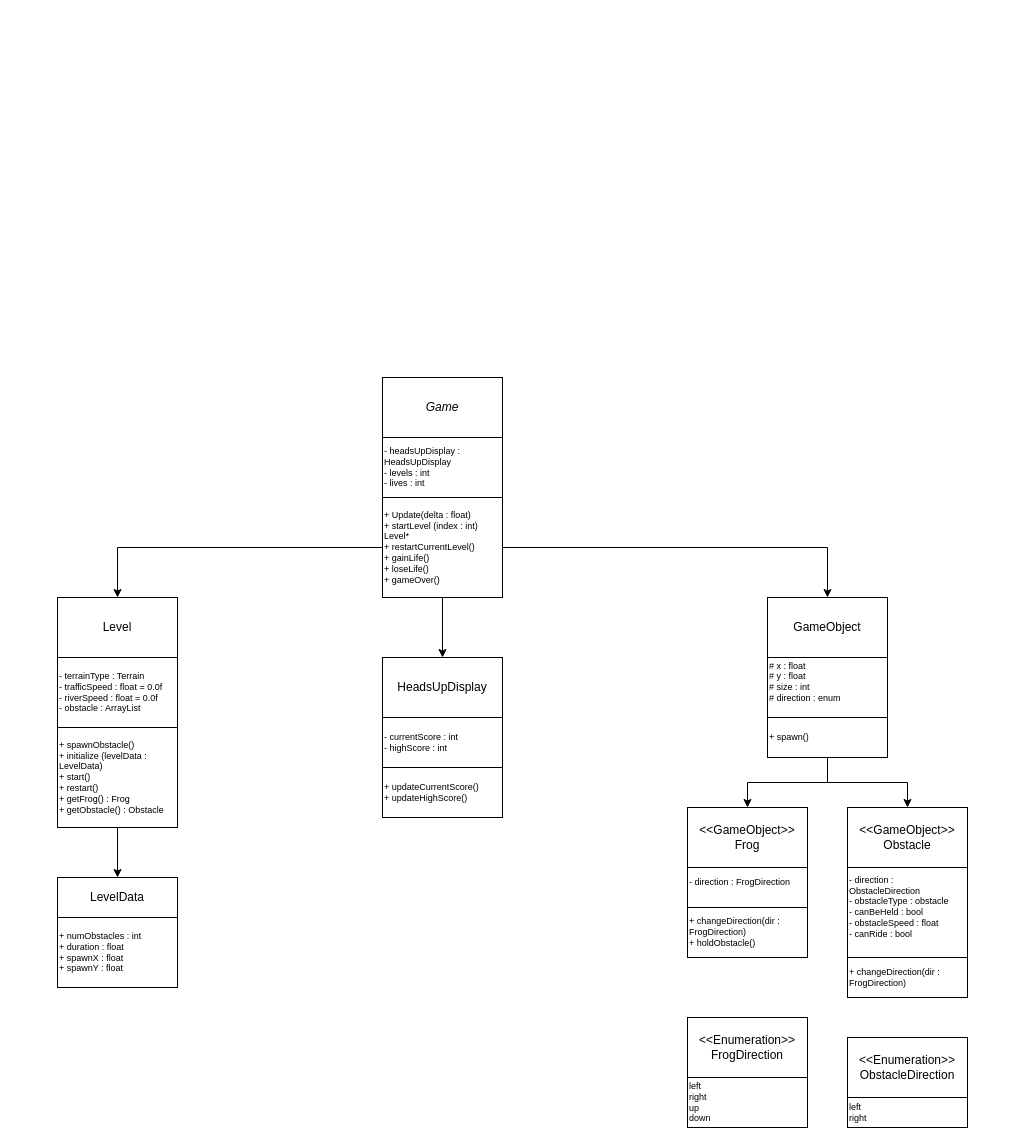
Above: GAM1516_A1_ANGLIN_TRISTAN.drawio in kranouz/UMLs (draw.io), before the change. Source tidied: cells renumbered, new cells numbered last; positions are measured from the earlier drawing's top-left corner, leaving out a move shared by most shapes. Both pictures are drawn from the tidied source at 100%, with x=0, y=0 at pixel (57, 377).
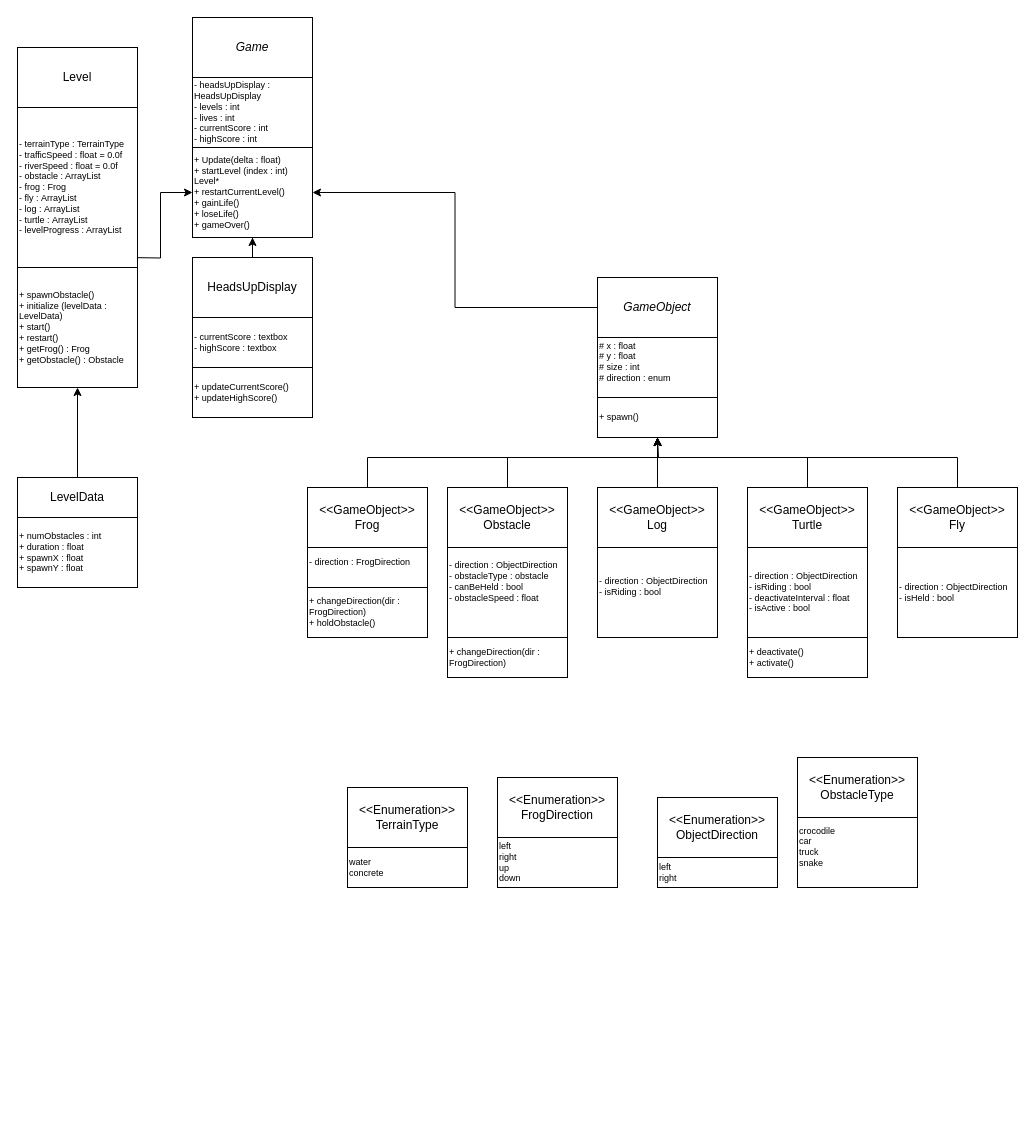
Above is the later version.

What changed in the source:
```diff
@@
     <mxCell id="2" value="&lt;i&gt;Game&lt;/i&gt;" style="rounded=0;whiteSpace=wrap;html=1;" parent="1" vertex="1">
-      <mxGeometry x="325" width="120" height="60" as="geometry" />
+      <mxGeometry x="135" y="-360" width="120" height="60" as="geometry" />
     </mxCell>
+    <mxCell id="32" style="edgeStyle=orthogonalEdgeStyle;rounded=0;jettySize=auto;html=1;entryX=0;entryY=0.5;entryDx=0;entryDy=0;" parent="1" edge="1" target="13">
+      <mxGeometry relative="1" as="geometry">
+        <mxPoint x="70" y="-120" as="sourcePoint" />
+      </mxGeometry>
+    </mxCell>
     <mxCell id="3" value="Level" style="rounded=0;whiteSpace=wrap;html=1;" parent="1" vertex="1">
-      <mxGeometry y="220" width="120" height="60" as="geometry" />
+      <mxGeometry x="-40" y="-330" width="120" height="60" as="geometry" />
     </mxCell>
+    <mxCell id="33" style="edgeStyle=orthogonalEdgeStyle;rounded=0;jettySize=auto;html=1;entryX=0.5;entryY=1;entryDx=0;entryDy=0;" parent="1" edge="1" source="4" target="27">
+      <mxGeometry relative="1" as="geometry">
+        <Array as="points">
+          <mxPoint x="310" y="80" />
+          <mxPoint x="600" y="80" />
+        </Array>
+      </mxGeometry>
+    </mxCell>
     <mxCell id="4" value="&lt;div&gt;&amp;lt;&amp;lt;GameObject&amp;gt;&amp;gt;&lt;/div&gt;Frog" style="rounded=0;whiteSpace=wrap;html=1;" parent="1" vertex="1">
-      <mxGeometry x="630" y="430" width="120" height="60" as="geometry" />
+      <mxGeometry x="250" y="110" width="120" height="60" as="geometry" />
     </mxCell>
+    <mxCell id="34" style="edgeStyle=orthogonalEdgeStyle;rounded=0;jettySize=auto;html=1;entryX=0.5;entryY=1;entryDx=0;entryDy=0;" parent="1" edge="1" source="5" target="13">
+      <mxGeometry relative="1" as="geometry" />
+    </mxCell>
     <mxCell id="5" value="HeadsUpDisplay" style="rounded=0;whiteSpace=wrap;html=1;" parent="1" vertex="1">
-      <mxGeometry x="325" y="280" width="120" height="60" as="geometry" />
+      <mxGeometry x="135" y="-120" width="120" height="60" as="geometry" />
     </mxCell>
-    <mxCell id="6" value="- headsUpDisplay : HeadsUpDisplay&lt;div style=&quot;font-size: 9px;&quot;&gt;- levels : int&lt;/div&gt;&lt;div style=&quot;font-size: 9px;&quot;&gt;- lives : int&lt;/div&gt;" style="whiteSpace=wrap;html=1;align=left;fontSize=9;" parent="1" vertex="1">
-      <mxGeometry x="325" y="60" width="120" height="60" as="geometry" />
+    <mxCell id="6" value="- headsUpDisplay : HeadsUpDisplay&lt;div style=&quot;font-size: 9px;&quot;&gt;- levels : int&lt;/div&gt;&lt;div style=&quot;font-size: 9px;&quot;&gt;- lives : int&lt;/div&gt;&lt;div style=&quot;font-size: 9px;&quot;&gt;- currentScore : int&lt;div&gt;- highScore : int&lt;/div&gt;&lt;/div&gt;" style="whiteSpace=wrap;html=1;align=left;fontSize=9;" parent="1" vertex="1">
+      <mxGeometry x="135" y="-300" width="120" height="70" as="geometry" />
     </mxCell>
-    <mxCell id="7" value="- terrainType : Terrain&lt;div style=&quot;font-size: 9px;&quot;&gt;- trafficSpeed : float = 0.0f&lt;/div&gt;&lt;div style=&quot;font-size: 9px;&quot;&gt;- riverSpeed : float = 0.0f&lt;/div&gt;&lt;div style=&quot;font-size: 9px;&quot;&gt;- obstacle : ArrayList&lt;/div&gt;" style="whiteSpace=wrap;html=1;align=left;fontSize=9;" parent="1" vertex="1">
-      <mxGeometry y="280" width="120" height="70" as="geometry" />
+    <mxCell id="7" value="- terrainType :&amp;nbsp;&lt;span style=&quot;text-align: center;&quot;&gt;&lt;font style=&quot;font-size: 9px;&quot;&gt;TerrainType&lt;/font&gt;&lt;/span&gt;&lt;div style=&quot;font-size: 9px;&quot;&gt;- trafficSpeed : float = 0.0f&lt;/div&gt;&lt;div style=&quot;font-size: 9px;&quot;&gt;- riverSpeed : float = 0.0f&lt;/div&gt;&lt;div style=&quot;font-size: 9px;&quot;&gt;- obstacle : ArrayList&lt;/div&gt;&lt;div style=&quot;font-size: 9px;&quot;&gt;- frog : Frog&lt;/div&gt;&lt;div style=&quot;font-size: 9px;&quot;&gt;- fly :&amp;nbsp;&lt;span style=&quot;background-color: initial;&quot;&gt;ArrayList&lt;/span&gt;&lt;/div&gt;&lt;div style=&quot;font-size: 9px;&quot;&gt;- log :&amp;nbsp;&lt;span style=&quot;background-color: initial;&quot;&gt;ArrayList&lt;/span&gt;&lt;/div&gt;&lt;div style=&quot;font-size: 9px;&quot;&gt;- turtle :&amp;nbsp;&lt;span style=&quot;background-color: initial;&quot;&gt;ArrayList&lt;/span&gt;&lt;/div&gt;&lt;div style=&quot;font-size: 9px;&quot;&gt;- levelProgress : ArrayList&lt;/div&gt;" style="whiteSpace=wrap;html=1;align=left;fontSize=9;" parent="1" vertex="1">
+      <mxGeometry x="-40" y="-270" width="120" height="160" as="geometry" />
     </mxCell>
     <mxCell id="8" value="- direction : FrogDirection&lt;div&gt;&lt;br&gt;&lt;/div&gt;" style="whiteSpace=wrap;html=1;align=left;fontSize=9;" parent="1" vertex="1">
-      <mxGeometry x="630" y="490" width="120" height="40" as="geometry" />
+      <mxGeometry x="250" y="170" width="120" height="40" as="geometry" />
     </mxCell>
-    <mxCell id="9" value="- currentScore : int&lt;div style=&quot;font-size: 9px;&quot;&gt;- highScore : int&lt;/div&gt;" style="whiteSpace=wrap;html=1;align=left;fontSize=9;" parent="1" vertex="1">
-      <mxGeometry x="325" y="340" width="120" height="50" as="geometry" />
+    <mxCell id="9" value="- currentScore : textbox&lt;div style=&quot;font-size: 9px;&quot;&gt;- highScore : textbox&lt;/div&gt;" style="whiteSpace=wrap;html=1;align=left;fontSize=9;" parent="1" vertex="1">
+      <mxGeometry x="135" y="-60" width="120" height="50" as="geometry" />
     </mxCell>
-    <mxCell id="10" style="edgeStyle=orthogonalEdgeStyle;rounded=0;jettySize=auto;html=1;entryX=0.5;entryY=0;entryDx=0;entryDy=0;" parent="1" edge="1" source="13" target="3">
-      <mxGeometry relative="1" as="geometry" />
-    </mxCell>
-    <mxCell id="11" style="edgeStyle=orthogonalEdgeStyle;rounded=0;jettySize=auto;html=1;entryX=0.5;entryY=0;entryDx=0;entryDy=0;" parent="1" edge="1" source="13" target="23">
-      <mxGeometry relative="1" as="geometry" />
-    </mxCell>
-    <mxCell id="12" style="edgeStyle=orthogonalEdgeStyle;rounded=0;jettySize=auto;html=1;entryX=0.5;entryY=0;entryDx=0;entryDy=0;" parent="1" edge="1" source="13" target="5">
-      <mxGeometry relative="1" as="geometry" />
-    </mxCell>
     <mxCell id="13" value="&lt;div style=&quot;font-size: 9px;&quot;&gt;+ Update(delta : float)&lt;/div&gt;&lt;div style=&quot;&quot;&gt;&lt;span style=&quot;&quot;&gt;+ startLevel (index : int) Level*&lt;/span&gt;&lt;div style=&quot;&quot;&gt;+ restartCurrentLevel()&lt;/div&gt;+ gainLife()&lt;/div&gt;&lt;div style=&quot;font-size: 9px;&quot;&gt;+ loseLife()&lt;/div&gt;&lt;div style=&quot;font-size: 9px;&quot;&gt;+ gameOver()&lt;/div&gt;" style="whiteSpace=wrap;html=1;align=left;fontSize=9;" parent="1" vertex="1">
-      <mxGeometry x="325" y="120" width="120" height="100" as="geometry" />
+      <mxGeometry x="135" y="-230" width="120" height="90" as="geometry" />
     </mxCell>
-    <mxCell id="14" style="edgeStyle=orthogonalEdgeStyle;rounded=0;jettySize=auto;html=1;entryX=0.5;entryY=0;entryDx=0;entryDy=0;" parent="1" edge="1" source="15" target="31">
-      <mxGeometry relative="1" as="geometry" />
-    </mxCell>
     <mxCell id="15" value="+ spawnObstacle()&lt;div style=&quot;&quot;&gt;&lt;span style=&quot;&quot;&gt;+ initialize (levelData : LevelData)&lt;/span&gt;&lt;div style=&quot;&quot;&gt;+ start()&lt;/div&gt;&lt;div style=&quot;&quot;&gt;+ restart()&lt;/div&gt;&lt;div style=&quot;&quot;&gt;+ getFrog() : Frog&lt;/div&gt;&lt;div style=&quot;&quot;&gt;+ getObstacle() : Obstacle&lt;/div&gt;&lt;/div&gt;" style="whiteSpace=wrap;html=1;align=left;fontSize=9;" parent="1" vertex="1">
-      <mxGeometry y="350" width="120" height="100" as="geometry" />
+      <mxGeometry x="-40" y="-110" width="120" height="120" as="geometry" />
     </mxCell>
     <mxCell id="16" value="left&lt;div style=&quot;font-size: 9px;&quot;&gt;right&lt;/div&gt;&lt;div style=&quot;font-size: 9px;&quot;&gt;up&lt;/div&gt;&lt;div style=&quot;font-size: 9px;&quot;&gt;down&lt;/div&gt;" style="whiteSpace=wrap;html=1;align=left;fontSize=9;" parent="1" vertex="1">
-      <mxGeometry x="630" y="700" width="120" height="50" as="geometry" />
+      <mxGeometry x="440" y="460" width="120" height="50" as="geometry" />
     </mxCell>
     <mxCell id="17" value="+ updateCurrentScore()&lt;div style=&quot;font-size: 9px;&quot;&gt;+ updateHighScore()&lt;/div&gt;" style="whiteSpace=wrap;html=1;align=left;fontSize=9;" parent="1" vertex="1">
-      <mxGeometry x="325" y="390" width="120" height="50" as="geometry" />
+      <mxGeometry x="135" y="-10" width="120" height="50" as="geometry" />
     </mxCell>
     <mxCell id="18" value="&lt;div&gt;&amp;lt;&amp;lt;Enumeration&amp;gt;&amp;gt;&lt;br&gt;&lt;/div&gt;FrogDirection" style="rounded=0;whiteSpace=wrap;html=1;" parent="1" vertex="1">
-      <mxGeometry x="630" y="640" width="120" height="60" as="geometry" />
+      <mxGeometry x="440" y="400" width="120" height="60" as="geometry" />
     </mxCell>
     <mxCell id="19" value="+ changeDirection(dir : FrogDirection)&lt;div&gt;+ holdObstacle()&lt;/div&gt;" style="whiteSpace=wrap;html=1;align=left;fontSize=9;" parent="1" vertex="1">
-      <mxGeometry x="630" y="530" width="120" height="50" as="geometry" />
+      <mxGeometry x="250" y="210" width="120" height="50" as="geometry" />
     </mxCell>
+    <mxCell id="35" style="edgeStyle=orthogonalEdgeStyle;rounded=0;jettySize=auto;html=1;entryX=0.5;entryY=1;entryDx=0;entryDy=0;" parent="1" edge="1" source="20" target="27">
+      <mxGeometry relative="1" as="geometry">
+        <Array as="points">
+          <mxPoint x="450" y="80" />
+          <mxPoint x="600" y="80" />
+        </Array>
+      </mxGeometry>
+    </mxCell>
     <mxCell id="20" value="&lt;div&gt;&amp;lt;&amp;lt;GameObject&amp;gt;&amp;gt;&lt;/div&gt;Obstacle" style="rounded=0;whiteSpace=wrap;html=1;" parent="1" vertex="1">
-      <mxGeometry x="790" y="430" width="120" height="60" as="geometry" />
+      <mxGeometry x="390" y="110" width="120" height="60" as="geometry" />
     </mxCell>
-    <mxCell id="21" value="- direction : ObstacleDirection&lt;div&gt;- obstacleType : obstacle&lt;/div&gt;&lt;div&gt;- canBeHeld : bool&lt;/div&gt;&lt;div&gt;- obstacleSpeed : float&lt;/div&gt;&lt;div&gt;- canRide : bool&lt;br&gt;&lt;div&gt;&lt;br&gt;&lt;/div&gt;&lt;/div&gt;" style="whiteSpace=wrap;html=1;align=left;fontSize=9;" parent="1" vertex="1">
-      <mxGeometry x="790" y="490" width="120" height="90" as="geometry" />
+    <mxCell id="21" value="- direction :&amp;nbsp;&lt;span style=&quot;text-align: center;&quot;&gt;&lt;font style=&quot;font-size: 9px;&quot;&gt;ObjectDirection&lt;/font&gt;&lt;/span&gt;&lt;div&gt;- obstacleType : obstacle&lt;/div&gt;&lt;div&gt;- canBeHeld : bool&lt;/div&gt;&lt;div&gt;- obstacleSpeed : float&lt;/div&gt;&lt;div&gt;&lt;br&gt;&lt;div&gt;&lt;br&gt;&lt;/div&gt;&lt;/div&gt;" style="whiteSpace=wrap;html=1;align=left;fontSize=9;" parent="1" vertex="1">
+      <mxGeometry x="390" y="170" width="120" height="90" as="geometry" />
     </mxCell>
     <mxCell id="22" value="+ changeDirection(dir : FrogDirection)" style="whiteSpace=wrap;html=1;align=left;fontSize=9;" parent="1" vertex="1">
-      <mxGeometry x="790" y="580" width="120" height="40" as="geometry" />
+      <mxGeometry x="390" y="260" width="120" height="40" as="geometry" />
     </mxCell>
+    <mxCell id="36" style="edgeStyle=orthogonalEdgeStyle;rounded=0;jettySize=auto;html=1;entryX=1;entryY=0.5;entryDx=0;entryDy=0;" parent="1" edge="1" source="23" target="13">
+      <mxGeometry relative="1" as="geometry" />
+    </mxCell>
-    <mxCell id="23" value="&lt;div&gt;GameObject&lt;/div&gt;" style="rounded=0;whiteSpace=wrap;html=1;" parent="1" vertex="1">
-      <mxGeometry x="710" y="220" width="120" height="60" as="geometry" />
+    <mxCell id="23" value="&lt;div&gt;&lt;i&gt;GameObject&lt;/i&gt;&lt;/div&gt;" style="rounded=0;whiteSpace=wrap;html=1;" parent="1" vertex="1">
+      <mxGeometry x="540" y="-100" width="120" height="60" as="geometry" />
     </mxCell>
     <mxCell id="24" value="&lt;div style=&quot;font-size: 9px;&quot;&gt;&lt;span style=&quot;font-size: 9px;&quot;&gt;# x : float&lt;/span&gt;&lt;div style=&quot;font-size: 9px;&quot;&gt;# y : float&lt;/div&gt;&lt;div style=&quot;font-size: 9px;&quot;&gt;# size : int&lt;/div&gt;&lt;div style=&quot;font-size: 9px;&quot;&gt;# direction : enum&lt;/div&gt;&lt;div style=&quot;font-size: 9px;&quot;&gt;&lt;br&gt;&lt;/div&gt;&lt;/div&gt;" style="whiteSpace=wrap;html=1;align=left;fontSize=9;" parent="1" vertex="1">
-      <mxGeometry x="710" y="280" width="120" height="60" as="geometry" />
+      <mxGeometry x="540" y="-40" width="120" height="60" as="geometry" />
     </mxCell>
-    <mxCell id="25" style="edgeStyle=orthogonalEdgeStyle;rounded=0;jettySize=auto;html=1;entryX=0.5;entryY=0;entryDx=0;entryDy=0;" parent="1" edge="1" source="27" target="4">
-      <mxGeometry relative="1" as="geometry" />
-    </mxCell>
-    <mxCell id="26" style="edgeStyle=orthogonalEdgeStyle;rounded=0;jettySize=auto;html=1;entryX=0.5;entryY=0;entryDx=0;entryDy=0;" parent="1" edge="1" source="27" target="20">
-      <mxGeometry relative="1" as="geometry" />
-    </mxCell>
     <mxCell id="27" value="&lt;span style=&quot;font-size: 9px;&quot;&gt;+ spawn()&lt;/span&gt;" style="whiteSpace=wrap;html=1;align=left;fontSize=9;rounded=0;glass=0;" parent="1" vertex="1">
-      <mxGeometry x="710" y="340" width="120" height="40" as="geometry" />
+      <mxGeometry x="540" y="20" width="120" height="40" as="geometry" />
     </mxCell>
     <mxCell id="28" value="left&lt;div style=&quot;font-size: 9px;&quot;&gt;right&lt;/div&gt;" style="whiteSpace=wrap;html=1;align=left;fontSize=9;" parent="1" vertex="1">
-      <mxGeometry x="790" y="720" width="120" height="30" as="geometry" />
+      <mxGeometry x="600" y="480" width="120" height="30" as="geometry" />
     </mxCell>
-    <mxCell id="29" value="&lt;div&gt;&amp;lt;&amp;lt;Enumeration&amp;gt;&amp;gt;&lt;br&gt;&lt;/div&gt;ObstacleDirection" style="rounded=0;whiteSpace=wrap;html=1;" parent="1" vertex="1">
-      <mxGeometry x="790" y="660" width="120" height="60" as="geometry" />
+    <mxCell id="29" value="&lt;div&gt;&amp;lt;&amp;lt;Enumeration&amp;gt;&amp;gt;&lt;br&gt;&lt;/div&gt;ObjectDirection" style="rounded=0;whiteSpace=wrap;html=1;" parent="1" vertex="1">
+      <mxGeometry x="600" y="420" width="120" height="60" as="geometry" />
     </mxCell>
     <mxCell id="30" value="+ numObstacles : int&lt;div style=&quot;font-size: 9px;&quot;&gt;+ duration : float&lt;/div&gt;&lt;div style=&quot;font-size: 9px;&quot;&gt;+ spawnX : float&lt;/div&gt;&lt;div style=&quot;font-size: 9px;&quot;&gt;+ spawnY : float&lt;/div&gt;" style="rounded=0;whiteSpace=wrap;html=1;align=left;fontSize=9;" parent="1" vertex="1">
-      <mxGeometry y="540" width="120" height="70" as="geometry" />
+      <mxGeometry x="-40" y="140" width="120" height="70" as="geometry" />
     </mxCell>
+    <mxCell id="37" style="edgeStyle=orthogonalEdgeStyle;rounded=0;jettySize=auto;html=1;entryX=0.5;entryY=1;entryDx=0;entryDy=0;" parent="1" edge="1" source="31" target="15">
+      <mxGeometry relative="1" as="geometry" />
+    </mxCell>
     <mxCell id="31" value="LevelData" style="rounded=0;whiteSpace=wrap;html=1;" parent="1" vertex="1">
-      <mxGeometry y="500" width="120" height="40" as="geometry" />
+      <mxGeometry x="-40" y="100" width="120" height="40" as="geometry" />
     </mxCell>
+    <mxCell id="38" value="water&lt;div&gt;concrete&lt;/div&gt;" style="whiteSpace=wrap;html=1;align=left;fontSize=9;" parent="1" vertex="1">
+      <mxGeometry x="290" y="470" width="120" height="40" as="geometry" />
+    </mxCell>
+    <mxCell id="39" value="&lt;div&gt;&amp;lt;&amp;lt;Enumeration&amp;gt;&amp;gt;&lt;br&gt;&lt;/div&gt;TerrainType" style="rounded=0;whiteSpace=wrap;html=1;" parent="1" vertex="1">
+      <mxGeometry x="290" y="410" width="120" height="60" as="geometry" />
+    </mxCell>
+    <mxCell id="40" style="edgeStyle=orthogonalEdgeStyle;rounded=0;jettySize=auto;html=1;entryX=0.5;entryY=1;entryDx=0;entryDy=0;" parent="1" edge="1" source="41" target="27">
+      <mxGeometry relative="1" as="geometry" />
+    </mxCell>
+    <mxCell id="41" value="&lt;div&gt;&amp;lt;&amp;lt;GameObject&amp;gt;&amp;gt;&lt;/div&gt;Log" style="rounded=0;whiteSpace=wrap;html=1;" parent="1" vertex="1">
+      <mxGeometry x="540" y="110" width="120" height="60" as="geometry" />
+    </mxCell>
+    <mxCell id="42" value="&lt;div&gt;&lt;div&gt;- direction :&amp;nbsp;&lt;span style=&quot;text-align: center;&quot;&gt;ObjectDirection&lt;/span&gt;&lt;/div&gt;&lt;div&gt;- isRiding : bool&lt;br&gt;&lt;/div&gt;&lt;/div&gt;&lt;div&gt;&lt;br&gt;&lt;/div&gt;" style="whiteSpace=wrap;html=1;align=left;fontSize=9;" parent="1" vertex="1">
+      <mxGeometry x="540" y="170" width="120" height="90" as="geometry" />
+    </mxCell>
+    <mxCell id="43" style="edgeStyle=orthogonalEdgeStyle;rounded=0;jettySize=auto;html=1;" parent="1" edge="1" source="44">
+      <mxGeometry relative="1" as="geometry">
+        <mxPoint x="600" y="60" as="targetPoint" />
+        <Array as="points">
+          <mxPoint x="750" y="80" />
+          <mxPoint x="601" y="80" />
+        </Array>
+      </mxGeometry>
+    </mxCell>
+    <mxCell id="44" value="&lt;div&gt;&amp;lt;&amp;lt;GameObject&amp;gt;&amp;gt;&lt;/div&gt;Turtle" style="rounded=0;whiteSpace=wrap;html=1;" parent="1" vertex="1">
+      <mxGeometry x="690" y="110" width="120" height="60" as="geometry" />
+    </mxCell>
+    <mxCell id="45" value="&lt;div&gt;&lt;div&gt;- direction :&amp;nbsp;&lt;span style=&quot;text-align: center;&quot;&gt;ObjectDirection&lt;/span&gt;&lt;/div&gt;&lt;div&gt;- isRiding : bool&lt;br&gt;&lt;/div&gt;&lt;/div&gt;&lt;div&gt;- deactivateInterval : float&lt;br&gt;&lt;/div&gt;&lt;div&gt;- isActive : bool&lt;/div&gt;" style="whiteSpace=wrap;html=1;align=left;fontSize=9;" parent="1" vertex="1">
+      <mxGeometry x="690" y="170" width="120" height="90" as="geometry" />
+    </mxCell>
+    <mxCell id="46" value="+ deactivate()&lt;div&gt;+ activate()&lt;/div&gt;" style="whiteSpace=wrap;html=1;align=left;fontSize=9;" parent="1" vertex="1">
+      <mxGeometry x="690" y="260" width="120" height="40" as="geometry" />
+    </mxCell>
+    <mxCell id="47" value="crocodile&lt;div&gt;car&lt;/div&gt;&lt;div&gt;truck&lt;/div&gt;&lt;div&gt;snake&lt;/div&gt;&lt;div&gt;&lt;br&gt;&lt;/div&gt;" style="whiteSpace=wrap;html=1;align=left;fontSize=9;" parent="1" vertex="1">
+      <mxGeometry x="740" y="440" width="120" height="70" as="geometry" />
+    </mxCell>
+    <mxCell id="48" value="&lt;div&gt;&amp;lt;&amp;lt;Enumeration&amp;gt;&amp;gt;&lt;br&gt;&lt;/div&gt;ObstacleType" style="rounded=0;whiteSpace=wrap;html=1;" parent="1" vertex="1">
+      <mxGeometry x="740" y="380" width="120" height="60" as="geometry" />
+    </mxCell>
+    <mxCell id="49" style="edgeStyle=orthogonalEdgeStyle;rounded=0;jettySize=auto;html=1;entryX=0.5;entryY=1;entryDx=0;entryDy=0;" parent="1" edge="1" source="50" target="27">
+      <mxGeometry relative="1" as="geometry">
+        <Array as="points">
+          <mxPoint x="900" y="80" />
+          <mxPoint x="600" y="80" />
+        </Array>
+      </mxGeometry>
+    </mxCell>
+    <mxCell id="50" value="&lt;div&gt;&amp;lt;&amp;lt;GameObject&amp;gt;&amp;gt;&lt;/div&gt;Fly" style="rounded=0;whiteSpace=wrap;html=1;" parent="1" vertex="1">
+      <mxGeometry x="840" y="110" width="120" height="60" as="geometry" />
+    </mxCell>
+    <mxCell id="51" value="&lt;div&gt;- direction :&amp;nbsp;&lt;span style=&quot;text-align: center;&quot;&gt;ObjectDirection&lt;/span&gt;&lt;/div&gt;- isHeld : bool" style="whiteSpace=wrap;html=1;align=left;fontSize=9;" parent="1" vertex="1">
+      <mxGeometry x="840" y="170" width="120" height="90" as="geometry" />
+    </mxCell>
```
